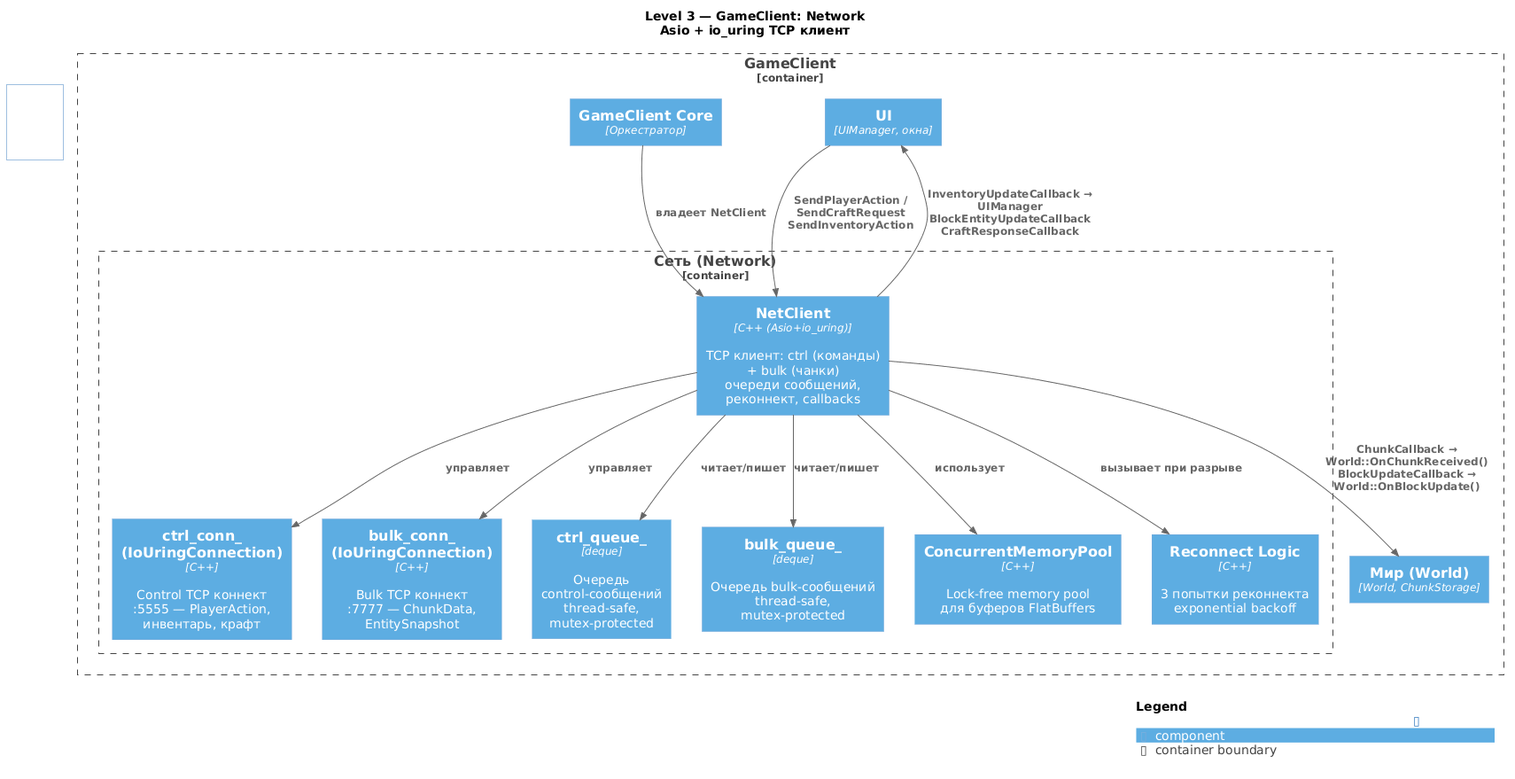
Before: doc/c4/GTNH-Client-Network-level4.png, a diagram exported from PlantUML (lexasub/gtnh-platform). Its diagram source:
```plantuml
@startuml GTNH-Client-Network-level4
!include _common.puml

LAYOUT_TOP_DOWN()
LAYOUT_WITH_LEGEND()

title **Level 3 — GameClient: Network**\nAsio + io_uring TCP клиент

Container_Boundary(gc, "GameClient") {
    Container_Boundary(net, "Сеть (Network)") {
        Component(net_client, "NetClient", "C++ (Asio+io_uring)", "TCP клиент: ctrl (команды) + bulk (чанки)\nочереди сообщений, реконнект, callbacks")
        Component(net_ctrl, "ctrl_conn_ (IoUringConnection)", "C++", "Control TCP коннект\n:5555 — PlayerAction, инвентарь, крафт")
        Component(net_bulk, "bulk_conn_ (IoUringConnection)", "C++", "Bulk TCP коннект\n:7777 — ChunkData, EntitySnapshot")
        Component(net_ctrl_q, "ctrl_queue_", "deque", "Очередь control-сообщений\nthread-safe, mutex-protected")
        Component(net_bulk_q, "bulk_queue_", "deque", "Очередь bulk-сообщений\nthread-safe, mutex-protected")
        Component(net_mempool, "ConcurrentMemoryPool", "C++", "Lock-free memory pool\nдля буферов FlatBuffers")
        Component(net_reconnect, "Reconnect Logic", "C++", "3 попытки реконнекта\nexponential backoff")
    }

    Component(core_ref, "GameClient Core", "Оркестратор")
    Component(world_ref, "Мир (World)", "World, ChunkStorage")
    Component(ui_ref, "UI", "UIManager, окна")
}

Rel(core_ref, net_client, "владеет NetClient", "")
Rel(net_client, net_ctrl, "управляет", "")
Rel(net_client, net_bulk, "управляет", "")
Rel(net_client, net_ctrl_q, "читает/пишет", "")
Rel(net_client, net_bulk_q, "читает/пишет", "")
Rel(net_client, net_mempool, "использует", "")
Rel(net_client, net_reconnect, "вызывает при разрыве", "")

Rel(net_client, world_ref, "ChunkCallback → World::OnChunkReceived()\nBlockUpdateCallback → World::OnBlockUpdate()", "")
Rel(net_client, ui_ref, "InventoryUpdateCallback → UIManager\nBlockEntityUpdateCallback\nCraftResponseCallback", "")
Rel(ui_ref, net_client, "SendPlayerAction / SendCraftRequest\nSendInventoryAction", "")

SHOW_LEGEND()
@enduml
```
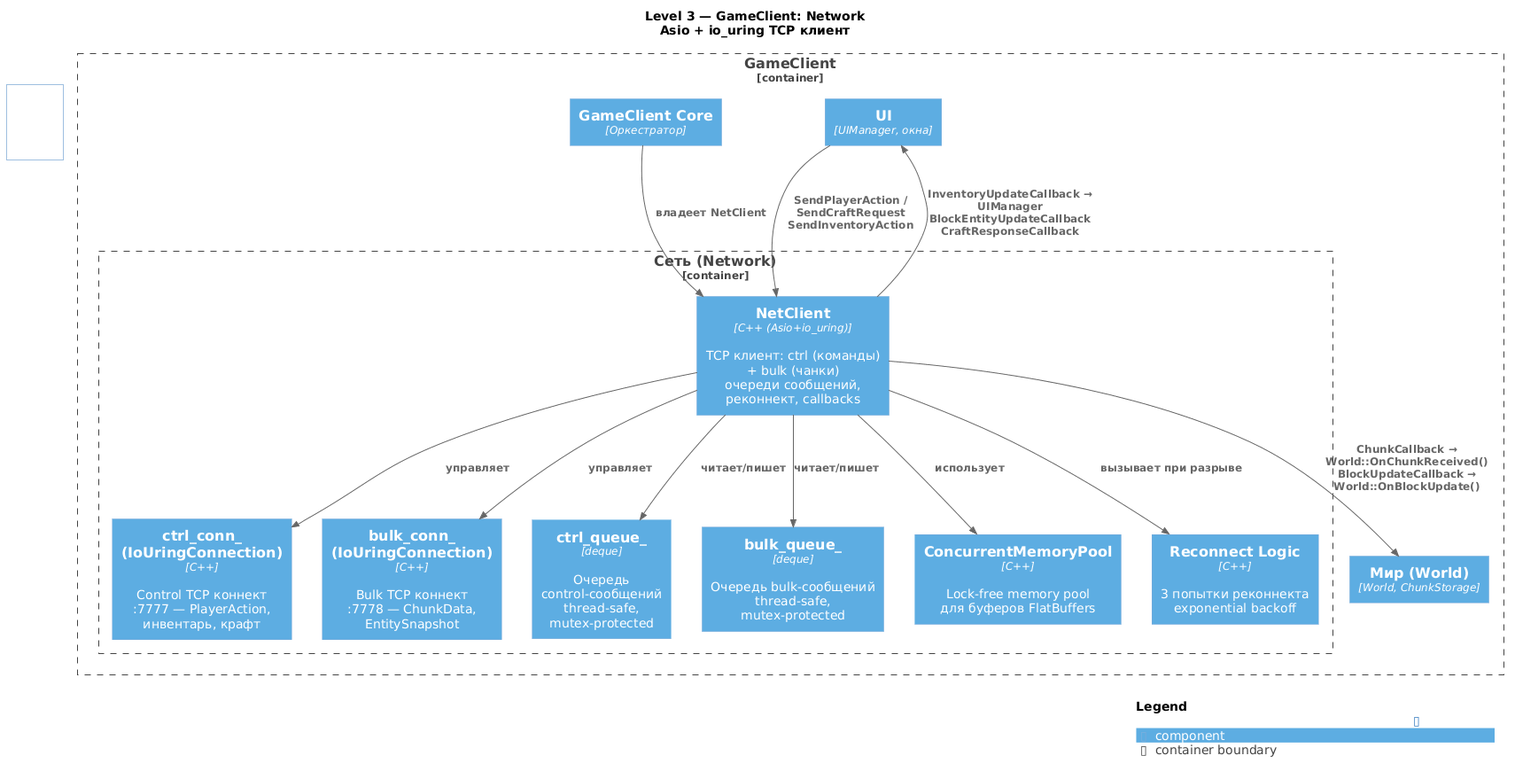
The same diagram one commit later.

Change to the diagram source:
```diff
@@ -9,8 +9,8 @@
 Container_Boundary(gc, "GameClient") {
     Container_Boundary(net, "Сеть (Network)") {
         Component(net_client, "NetClient", "C++ (Asio+io_uring)", "TCP клиент: ctrl (команды) + bulk (чанки)\nочереди сообщений, реконнект, callbacks")
-        Component(net_ctrl, "ctrl_conn_ (IoUringConnection)", "C++", "Control TCP коннект\n:5555 — PlayerAction, инвентарь, крафт")
-        Component(net_bulk, "bulk_conn_ (IoUringConnection)", "C++", "Bulk TCP коннект\n:7777 — ChunkData, EntitySnapshot")
+        Component(net_ctrl, "ctrl_conn_ (IoUringConnection)", "C++", "Control TCP коннект\n:7777 — PlayerAction, инвентарь, крафт")
+        Component(net_bulk, "bulk_conn_ (IoUringConnection)", "C++", "Bulk TCP коннект\n:7778 — ChunkData, EntitySnapshot")
         Component(net_ctrl_q, "ctrl_queue_", "deque", "Очередь control-сообщений\nthread-safe, mutex-protected")
         Component(net_bulk_q, "bulk_queue_", "deque", "Очередь bulk-сообщений\nthread-safe, mutex-protected")
         Component(net_mempool, "ConcurrentMemoryPool", "C++", "Lock-free memory pool\nдля буферов FlatBuffers")
```
